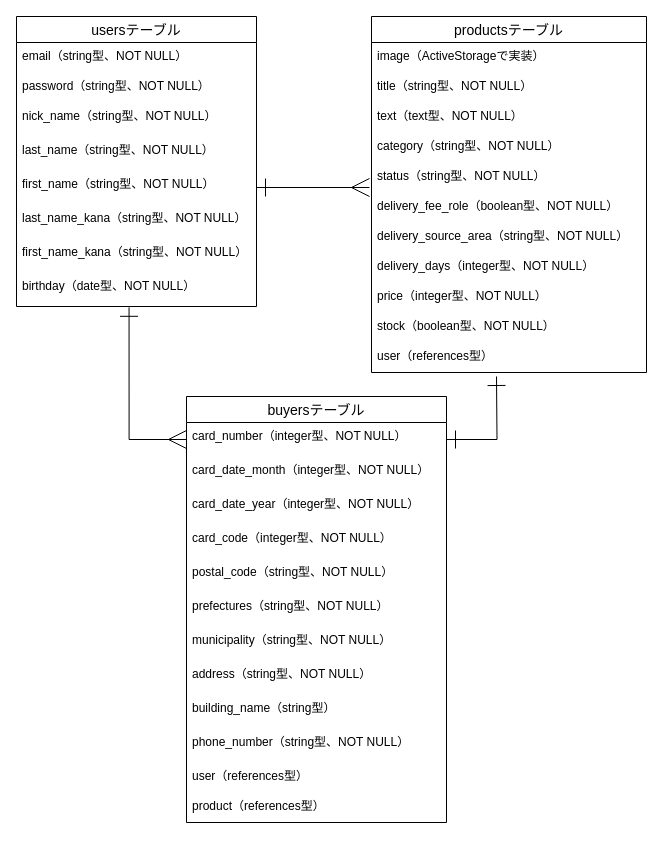
The draw.io diagram ER.dio in kotaro-hetsugi/furima-34434, before the edit. Source tidied: cells renumbered, new cells numbered last; positions are measured from the earlier drawing's top-left corner, leaving out a move shared by most shapes. Both pictures are drawn from the tidied source at 100%, with x=0, y=0 at pixel (16, 16).
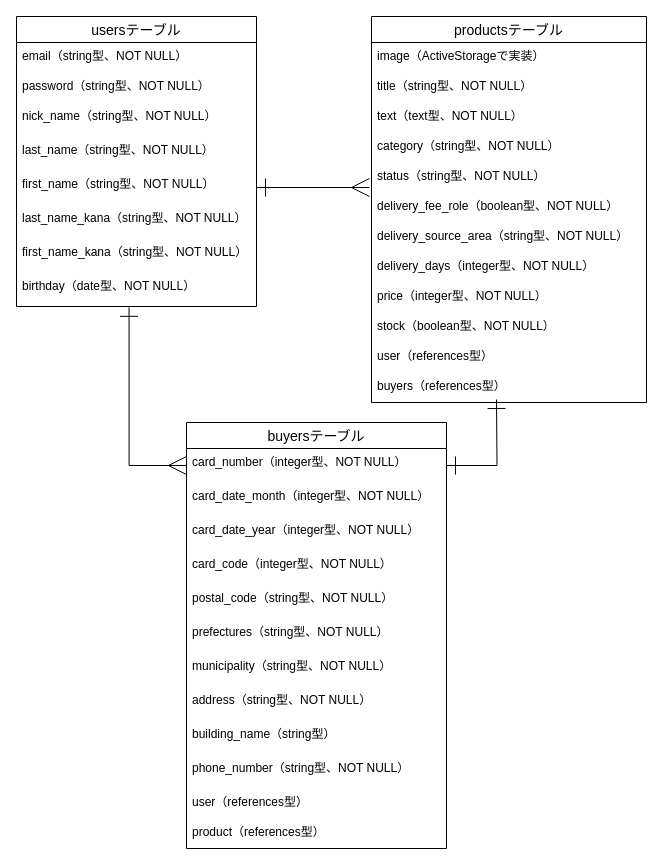
Above is the later version.

Commit message (it also covers changes not shown here):
データベース設計_2

Unchanged cells that the change refers to:
```xml
<mxCell id="25" value="card_number（integer型、NOT NULL）" style="text;strokeColor=none;fillColor=none;spacingLeft=4;spacingRight=4;overflow=hidden;points=[[0,0.5],[1,0.5]];portConstraint=eastwest;fontSize=12;" parent="24" vertex="1">
  <mxGeometry y="26" width="260" height="34" as="geometry" />
</mxCell>
```

The edit, as a diff of the source:
```diff
@@
     <mxCell id="11" value="productsテーブル" style="swimlane;fontStyle=0;horizontal=1;startSize=26;align=center;fontSize=14;" parent="1" vertex="1">
-      <mxGeometry x="355" width="275" height="356" as="geometry" />
+      <mxGeometry x="355" width="275" height="386" as="geometry" />
     </mxCell>
@@
+    <mxCell id="39" value="buyers（references型）" style="text;strokeColor=none;fillColor=none;spacingLeft=4;spacingRight=4;overflow=hidden;fontSize=12;" parent="11" vertex="1">
+      <mxGeometry y="356" width="275" height="30" as="geometry" />
+    </mxCell>
@@
     <mxCell id="24" value="buyersテーブル" style="swimlane;fontStyle=0;horizontal=1;startSize=26;align=center;fontSize=14;" parent="1" vertex="1">
-      <mxGeometry x="170" y="380" width="260" height="426" as="geometry" />
+      <mxGeometry x="170" y="406" width="260" height="426" as="geometry" />
     </mxCell>
@@
     <mxCell id="38" style="edgeStyle=orthogonalEdgeStyle;rounded=0;jettySize=auto;html=1;exitX=1;exitY=0.5;exitDx=0;exitDy=0;startArrow=ERone;startFill=0;startSize=16;endArrow=ERone;endFill=0;endSize=16;strokeWidth=1;" parent="1" edge="1" source="25">
       <mxGeometry relative="1" as="geometry">
-        <mxPoint x="480" y="360" as="targetPoint" />
+        <mxPoint x="480" y="383" as="targetPoint" />
       </mxGeometry>
     </mxCell>
```
